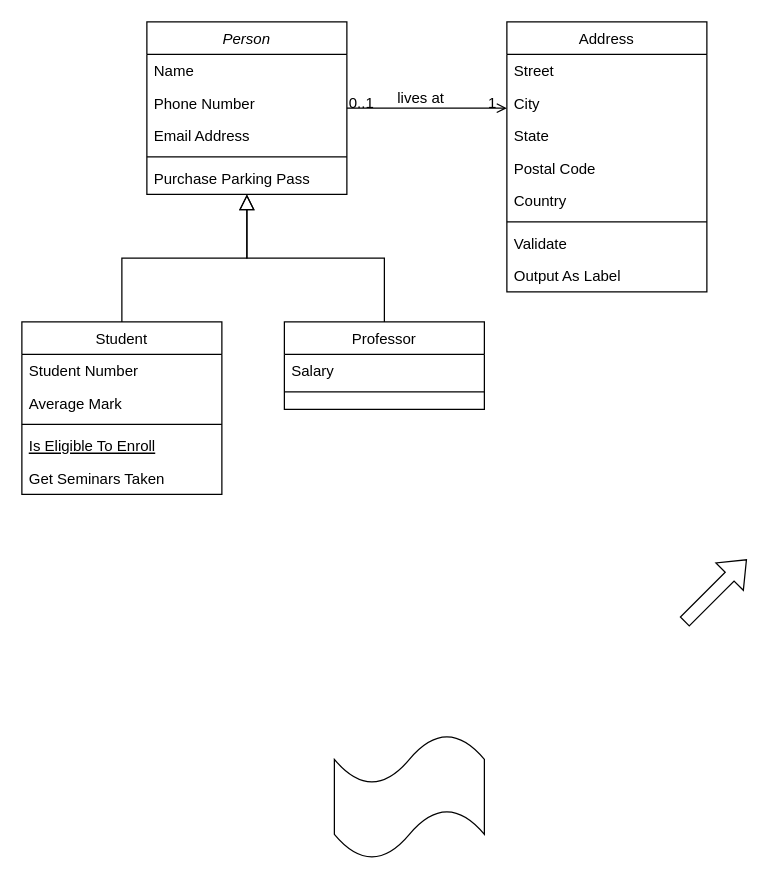
The draw.io diagram 未命名绘图.drawio in Mr-wangk/test, before the edit. Source tidied: cells renumbered, new cells numbered last; positions are measured from the earlier drawing's top-left corner, leaving out a move shared by most shapes. Both pictures are drawn from the tidied source at 125%, with x=0, y=0 at pixel (21, 21).
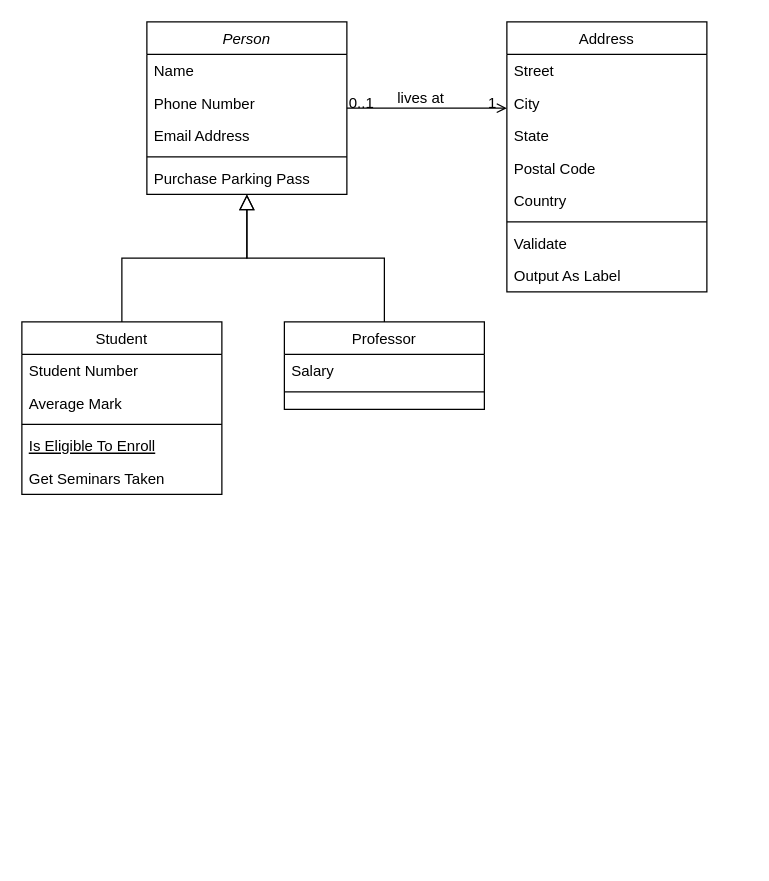
The same diagram, later.

Commit message:
已添加 未命名绘图.drawio

The edit, as a diff of the source:
```diff
@@
-    <mxCell id="32" style="shape=tape;whiteSpace=wrap;html=1;" parent="1" vertex="1">
-      <mxGeometry x="250" y="570" width="120" height="100" as="geometry" />
-    </mxCell>
-    <mxCell id="33" style="shape=flexArrow;endArrow=classic;html=1;rounded=0;" parent="1" edge="1">
-      <mxGeometry relative="1" as="geometry">
-        <mxPoint x="530" y="480" as="sourcePoint" />
-        <mxPoint x="580" y="430" as="targetPoint" />
-      </mxGeometry>
-    </mxCell>
```
